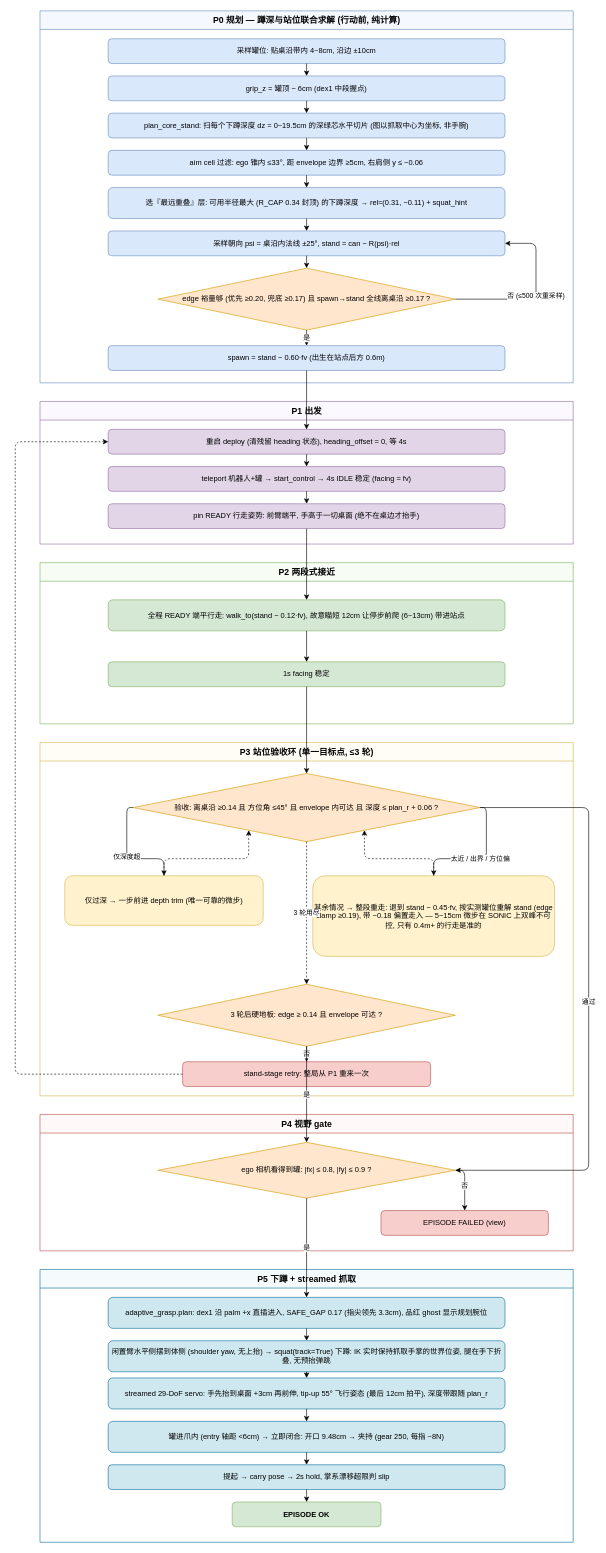
This is docs/grasp_pipeline.drawio from yijie21/locomanipulation, a draw.io file, before an edit. Source tidied: cells renumbered, new cells numbered last; positions are measured from the earlier drawing's top-left corner, leaving out a move shared by most shapes. Both pictures are drawn from the tidied source at 62%, with x=0, y=0 at pixel (15, 11).
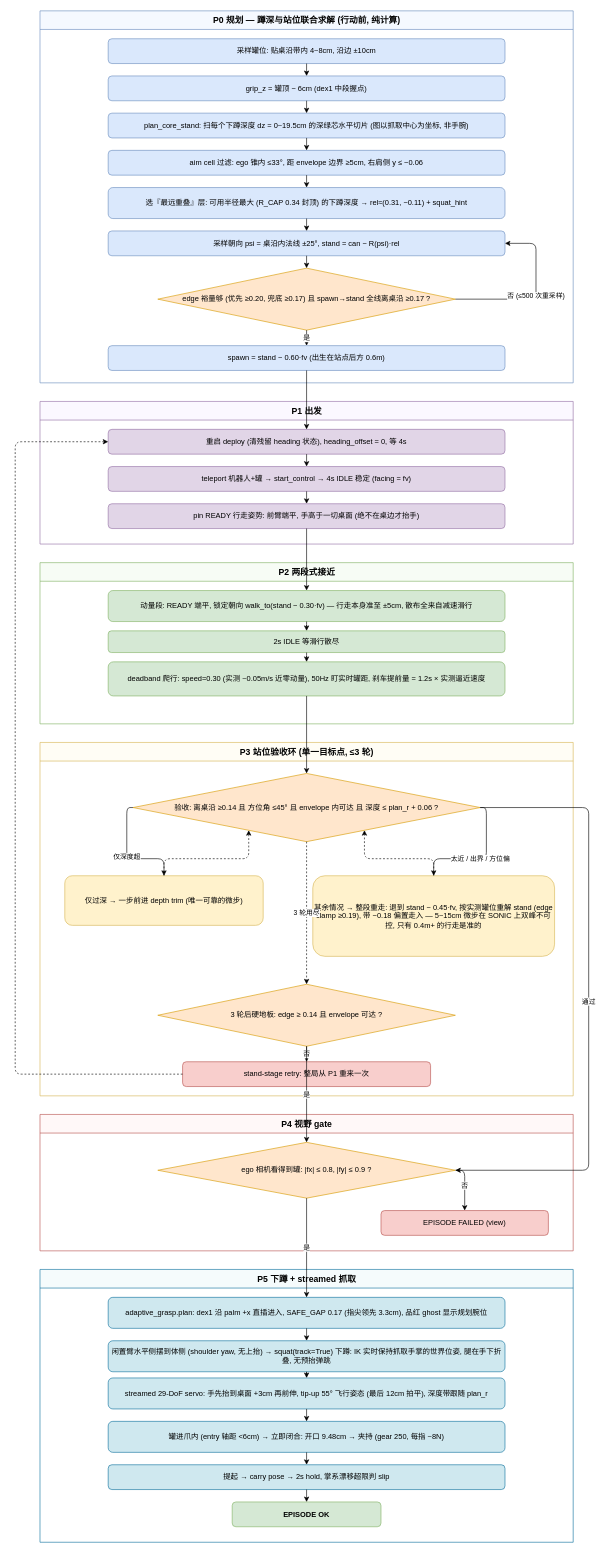
Above is the later version.

Commit message (it also covers changes not shown here):
two-stage arrival: momentum walk stops 0.30 m short, then a deadband crawl closes on the live can depth

The change refers to these unchanged cells:
```xml
<mxCell id="25" value="P2 两段式接近" style="swimlane;html=1;startSize=30;fillColor=#f7fcf5;strokeColor=#82b366;fontSize=14;fontStyle=1;" parent="1" vertex="1">
  <mxGeometry x="40" y="890" width="860" height="260" as="geometry" />
</mxCell>
```

Change to the diagram source:
```diff
@@
-    <mxCell id="26" value="全程 READY 端平行走: walk_to(stand − 0.12·fv), 故意瞄短 12cm 让停步前爬 (6~13cm) 带进站点" style="rounded=1;whiteSpace=wrap;html=1;fillColor=#d5e8d4;strokeColor=#82b366;" parent="25" vertex="1">
-      <mxGeometry x="110" y="60" width="640" height="50" as="geometry" />
+    <mxCell id="26" value="动量段: READY 端平, 锁定朝向 walk_to(stand − 0.30·fv) — 行走本身准至 ±5cm, 散布全来自减速滑行" style="rounded=1;whiteSpace=wrap;html=1;fillColor=#d5e8d4;strokeColor=#82b366;" parent="25" vertex="1">
+      <mxGeometry x="110" y="45" width="640" height="50" as="geometry" />
     </mxCell>
+    <mxCell id="64" value="2s IDLE 等滑行散尽" style="rounded=1;whiteSpace=wrap;html=1;fillColor=#d5e8d4;strokeColor=#82b366;" parent="25" vertex="1">
+      <mxGeometry x="110" y="110" width="640" height="35" as="geometry" />
+    </mxCell>
-    <mxCell id="27" value="1s facing 稳定" style="rounded=1;whiteSpace=wrap;html=1;fillColor=#d5e8d4;strokeColor=#82b366;" parent="25" vertex="1">
-      <mxGeometry x="110" y="160" width="640" height="40" as="geometry" />
+    <mxCell id="27" value="deadband 爬行: speed=0.30 (实测 ~0.05m/s 近零动量), 50Hz 盯实时罐距, 刹车提前量 = 1.2s × 实测逼近速度" style="rounded=1;whiteSpace=wrap;html=1;fillColor=#d5e8d4;strokeColor=#82b366;" parent="25" vertex="1">
+      <mxGeometry x="110" y="160" width="640" height="55" as="geometry" />
     </mxCell>
-    <mxCell id="28" style="edgeStyle=orthogonalEdgeStyle;html=1;" parent="25" edge="1" source="26" target="27">
+    <mxCell id="28" style="edgeStyle=orthogonalEdgeStyle;html=1;" parent="25" edge="1" source="26" target="64">
       <mxGeometry relative="1" as="geometry" />
     </mxCell>
+    <mxCell id="65" style="edgeStyle=orthogonalEdgeStyle;html=1;" parent="25" edge="1" source="64" target="27">
+      <mxGeometry relative="1" as="geometry" />
+    </mxCell>
```
